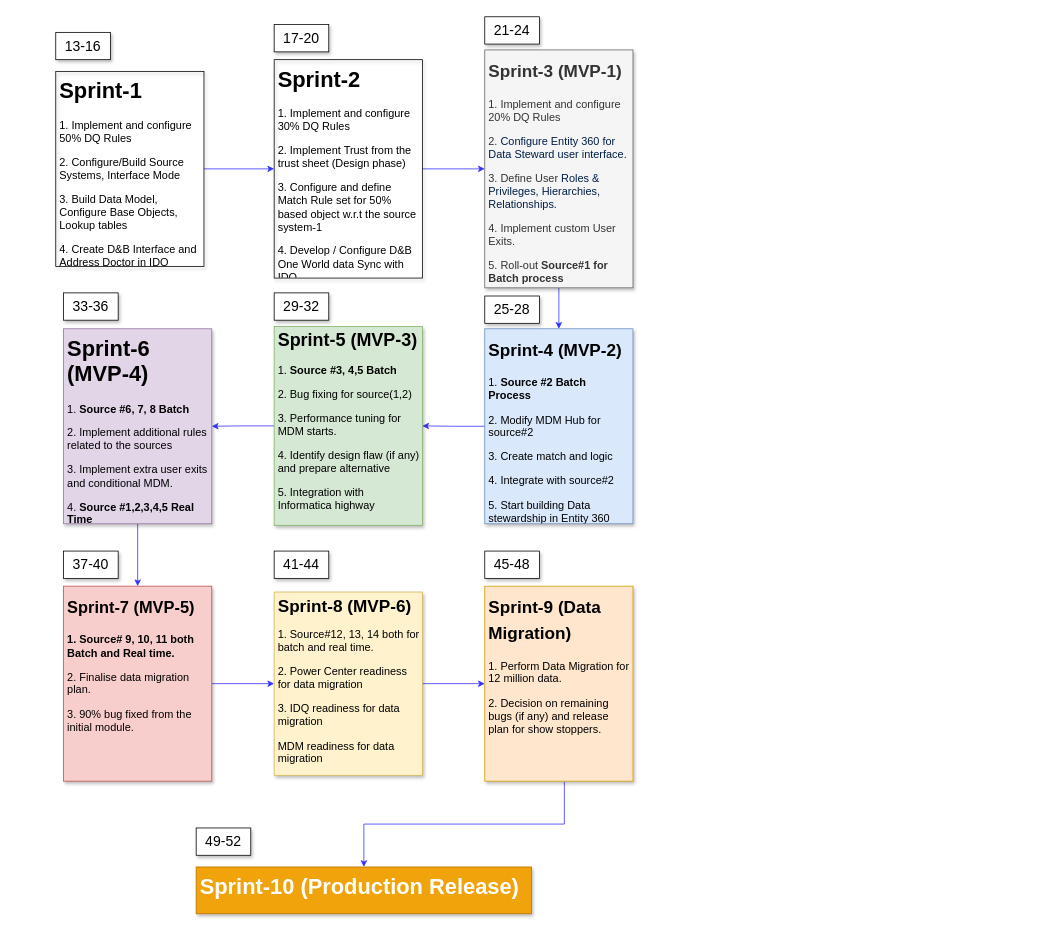
Above: page "Delivery plan" (3 of 4) of MDM Slution-VMWire.drawio in biswarup81/drawings (draw.io), before the change. Source tidied: cells renumbered, new cells numbered last; positions are measured from the earlier drawing's top-left corner, leaving out a move shared by most shapes. Both pictures are drawn from the tidied source at 78%, with x=0, y=0 at pixel (55, 16).
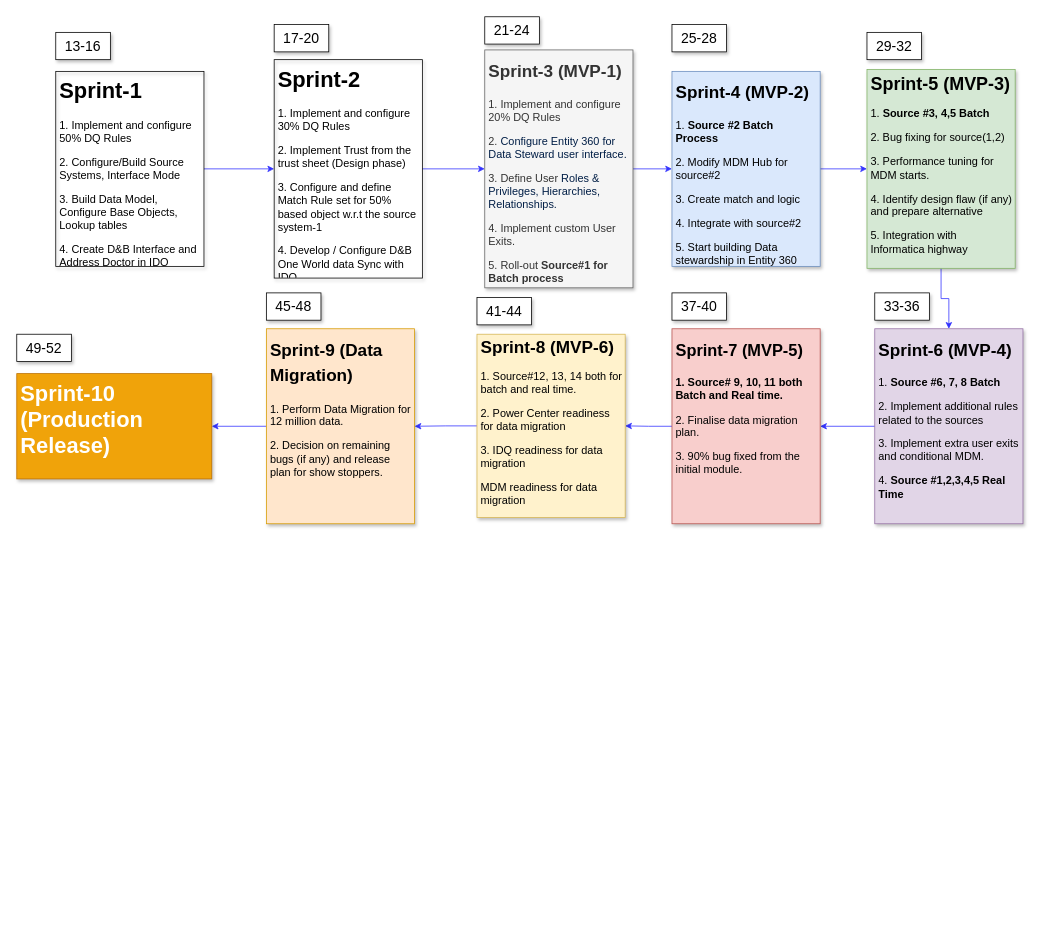
Above is the later version.

What changed in the source:
```diff
@@
     <mxCell id="9" value="&lt;h1&gt;&lt;font style=&quot;font-size: 22px&quot;&gt;Sprint-4 (MVP-2)&lt;/font&gt;&lt;/h1&gt;&lt;p&gt;1. &lt;b&gt;Source #2 Batch Process&lt;/b&gt;&lt;/p&gt;&lt;p&gt;2. Modify MDM Hub for source#2&amp;nbsp;&lt;/p&gt;&lt;p&gt;3. Create match and logic&lt;/p&gt;&lt;p&gt;4. Integrate with source#2&lt;/p&gt;&lt;p&gt;5. Start building Data stewardship in Entity 360&lt;/p&gt;" style="text;html=1;fillColor=#dae8fc;spacing=5;spacingTop=-20;whiteSpace=wrap;overflow=hidden;rounded=0;shadow=1;glass=0;sketch=0;fontSize=14;strokeColor=#6c8ebf;" parent="1" vertex="1">
-      <mxGeometry x="550" y="400" width="190" height="250" as="geometry" />
+      <mxGeometry x="790" y="70" width="190" height="250" as="geometry" />
     </mxCell>
@@
     <mxCell id="11" value="&lt;h1 style=&quot;font-size: 23px&quot;&gt;&lt;font style=&quot;font-size: 23px&quot;&gt;Sprint-5 (MVP-3)&lt;/font&gt;&lt;/h1&gt;&lt;p&gt;&lt;font style=&quot;font-size: 14px&quot;&gt;1. &lt;b&gt;Source #3, 4,5 Batch&lt;/b&gt;&lt;/font&gt;&lt;/p&gt;&lt;p&gt;2. Bug fixing for source(1,2)&lt;/p&gt;&lt;p&gt;3. Performance tuning for MDM starts.&lt;/p&gt;&lt;p&gt;4. Identify design flaw (if any) and prepare alternative &amp;nbsp;&lt;/p&gt;&lt;p&gt;5. Integration with Informatica highway&lt;/p&gt;" style="text;html=1;fillColor=#d5e8d4;spacing=5;spacingTop=-20;whiteSpace=wrap;overflow=hidden;rounded=0;shadow=1;glass=0;sketch=0;fontSize=14;strokeColor=#82b366;" parent="1" vertex="1">
-      <mxGeometry x="280" y="397" width="190" height="255" as="geometry" />
+      <mxGeometry x="1040" y="67.5" width="190" height="255" as="geometry" />
     </mxCell>
@@
-    <mxCell id="13" value="&lt;h1&gt;Sprint-6 (MVP-4)&lt;/h1&gt;&lt;p&gt;1. &lt;b&gt;Source #6, 7, 8 Batch&lt;/b&gt;&lt;/p&gt;&lt;p&gt;2. Implement additional rules related to the sources&lt;/p&gt;&lt;p&gt;3. Implement extra user exits and conditional MDM.&lt;/p&gt;&lt;p&gt;4. &lt;b&gt;Source #1,2,3,4,5 Real Time&lt;/b&gt;&lt;/p&gt;&lt;p&gt;&lt;br&gt;&lt;/p&gt;" style="text;html=1;fillColor=#e1d5e7;spacing=5;spacingTop=-20;whiteSpace=wrap;overflow=hidden;rounded=0;shadow=1;glass=0;sketch=0;fontSize=14;strokeColor=#9673a6;" parent="1" vertex="1">
-      <mxGeometry x="10" y="400" width="190" height="250" as="geometry" />
+    <mxCell id="13" value="&lt;h1&gt;&lt;font style=&quot;font-size: 22px&quot;&gt;Sprint-6 (MVP-4)&lt;/font&gt;&lt;/h1&gt;&lt;p&gt;1. &lt;b&gt;Source #6, 7, 8 Batch&lt;/b&gt;&lt;/p&gt;&lt;p&gt;2. Implement additional rules related to the sources&lt;/p&gt;&lt;p&gt;3. Implement extra user exits and conditional MDM.&lt;/p&gt;&lt;p&gt;4. &lt;b&gt;Source #1,2,3,4,5 Real Time&lt;/b&gt;&lt;/p&gt;&lt;p&gt;&lt;br&gt;&lt;/p&gt;" style="text;html=1;fillColor=#e1d5e7;spacing=5;spacingTop=-20;whiteSpace=wrap;overflow=hidden;rounded=0;shadow=1;glass=0;sketch=0;fontSize=14;strokeColor=#9673a6;" parent="1" vertex="1">
+      <mxGeometry x="1050" y="400" width="190" height="250" as="geometry" />
     </mxCell>
@@
     <mxCell id="15" value="&lt;h1&gt;&lt;font style=&quot;font-size: 21px&quot;&gt;Sprint-7 (MVP-5)&lt;/font&gt;&lt;/h1&gt;&lt;p&gt;&lt;b&gt;1. Source# 9, 10, 11 both Batch and Real time.&lt;/b&gt;&lt;/p&gt;&lt;p&gt;2. Finalise data migration plan.&lt;/p&gt;&lt;p&gt;3. 90% bug fixed from the initial module.&lt;/p&gt;&lt;p&gt;&lt;br&gt;&lt;/p&gt;" style="text;html=1;fillColor=#f8cecc;spacing=5;spacingTop=-20;whiteSpace=wrap;overflow=hidden;rounded=0;shadow=1;glass=0;sketch=0;fontSize=14;strokeColor=#b85450;" parent="1" vertex="1">
-      <mxGeometry x="10" y="730" width="190" height="250" as="geometry" />
+      <mxGeometry x="790" y="400" width="190" height="250" as="geometry" />
     </mxCell>
@@
     <mxCell id="17" value="&lt;h1 style=&quot;font-size: 22px&quot;&gt;&lt;font style=&quot;font-size: 22px&quot;&gt;Sprint-8 (MVP-6)&lt;/font&gt;&lt;/h1&gt;&lt;p&gt;&lt;font style=&quot;font-size: 14px&quot;&gt;1. Source#12, 13, 14 both for batch and real time.&lt;/font&gt;&lt;/p&gt;&lt;p&gt;2. Power Center readiness for data migration&lt;/p&gt;&lt;p&gt;3. IDQ readiness for data migration&lt;/p&gt;&lt;p&gt;MDM readiness for data migration&lt;/p&gt;&lt;p&gt;&lt;br&gt;&lt;/p&gt;" style="text;html=1;fillColor=#fff2cc;spacing=5;spacingTop=-20;whiteSpace=wrap;overflow=hidden;rounded=0;shadow=1;glass=0;sketch=0;fontSize=14;strokeColor=#d6b656;" parent="1" vertex="1">
-      <mxGeometry x="280" y="737.5" width="190" height="235" as="geometry" />
+      <mxGeometry x="540" y="407" width="190" height="235" as="geometry" />
     </mxCell>
-    <mxCell id="18" style="edgeStyle=orthogonalEdgeStyle;rounded=0;jettySize=auto;html=1;strokeColor=#3333FF;fontSize=14;exitX=0.537;exitY=1.004;exitDx=0;exitDy=0;exitPerimeter=0;" parent="1" edge="1" source="19" target="20">
+    <mxCell id="18" style="edgeStyle=orthogonalEdgeStyle;rounded=0;jettySize=auto;html=1;strokeColor=#3333FF;fontSize=14;" parent="1" edge="1" source="19" target="20">
       <mxGeometry relative="1" as="geometry" />
     </mxCell>
     <mxCell id="19" value="&lt;h1&gt;&lt;font style=&quot;font-size: 22px&quot;&gt;Sprint-9 (Data Migration)&lt;/font&gt;&lt;/h1&gt;&lt;p&gt;1. Perform Data Migration for 12 million data.&lt;/p&gt;&lt;p&gt;2. Decision on remaining bugs (if any) and release plan for show stoppers.&lt;/p&gt;&lt;p&gt;&lt;br&gt;&lt;/p&gt;" style="text;html=1;fillColor=#ffe6cc;spacing=5;spacingTop=-20;whiteSpace=wrap;overflow=hidden;rounded=0;shadow=1;glass=0;sketch=0;fontSize=14;strokeColor=#d79b00;" parent="1" vertex="1">
-      <mxGeometry x="550" y="730" width="190" height="250" as="geometry" />
+      <mxGeometry x="270" y="400" width="190" height="250" as="geometry" />
     </mxCell>
     <mxCell id="20" value="&lt;h1&gt;Sprint-10 (Production Release)&lt;/h1&gt;&lt;p&gt;&lt;br&gt;&lt;/p&gt;" style="text;html=1;fillColor=#f0a30a;spacing=5;spacingTop=-20;whiteSpace=wrap;overflow=hidden;rounded=0;shadow=1;glass=0;sketch=0;fontSize=14;strokeColor=#BD7000;fontColor=#ffffff;" parent="1" vertex="1">
-      <mxGeometry x="180" y="1090" width="430" height="60" as="geometry" />
+      <mxGeometry x="-50" y="457.5" width="250" height="135" as="geometry" />
     </mxCell>
@@
     <mxCell id="24" value="25-28" style="rounded=0;whiteSpace=wrap;html=1;shadow=1;glass=0;sketch=0;strokeColor=#000000;strokeWidth=1;fillColor=#ffffff;gradientColor=none;fontSize=18;" parent="1" vertex="1">
-      <mxGeometry x="550" y="358" width="70" height="35" as="geometry" />
+      <mxGeometry x="790" y="10" width="70" height="35" as="geometry" />
     </mxCell>
     <mxCell id="25" value="29-32" style="rounded=0;whiteSpace=wrap;html=1;shadow=1;glass=0;sketch=0;strokeColor=#000000;strokeWidth=1;fillColor=#ffffff;gradientColor=none;fontSize=18;" parent="1" vertex="1">
-      <mxGeometry x="280" y="354" width="70" height="35" as="geometry" />
+      <mxGeometry x="1040" y="20" width="70" height="35" as="geometry" />
     </mxCell>
     <mxCell id="26" value="33-36" style="rounded=0;whiteSpace=wrap;html=1;shadow=1;glass=0;sketch=0;strokeColor=#000000;strokeWidth=1;fillColor=#ffffff;gradientColor=none;fontSize=18;" parent="1" vertex="1">
-      <mxGeometry x="10" y="354" width="70" height="35" as="geometry" />
+      <mxGeometry x="1050" y="354" width="70" height="35" as="geometry" />
     </mxCell>
     <mxCell id="27" value="37-40" style="rounded=0;whiteSpace=wrap;html=1;shadow=1;glass=0;sketch=0;strokeColor=#000000;strokeWidth=1;fillColor=#ffffff;gradientColor=none;fontSize=18;" parent="1" vertex="1">
-      <mxGeometry x="10" y="685" width="70" height="35" as="geometry" />
+      <mxGeometry x="790" y="354" width="70" height="35" as="geometry" />
     </mxCell>
     <mxCell id="28" value="41-44" style="rounded=0;whiteSpace=wrap;html=1;shadow=1;glass=0;sketch=0;strokeColor=#000000;strokeWidth=1;fillColor=#ffffff;gradientColor=none;fontSize=18;" parent="1" vertex="1">
-      <mxGeometry x="280" y="685" width="70" height="35" as="geometry" />
+      <mxGeometry x="540" y="360" width="70" height="35" as="geometry" />
     </mxCell>
     <mxCell id="29" value="45-48" style="rounded=0;whiteSpace=wrap;html=1;shadow=1;glass=0;sketch=0;strokeColor=#000000;strokeWidth=1;fillColor=#ffffff;gradientColor=none;fontSize=18;" parent="1" vertex="1">
-      <mxGeometry x="550" y="685" width="70" height="35" as="geometry" />
+      <mxGeometry x="270" y="354" width="70" height="35" as="geometry" />
     </mxCell>
-    <mxCell id="30" value="49-52" style="rounded=0;whiteSpace=wrap;html=1;shadow=1;glass=0;sketch=0;strokeColor=#000000;strokeWidth=1;fillColor=#ffffff;gradientColor=none;fontSize=18;" parent="1" vertex="1">
-      <mxGeometry x="180" y="1040" width="70" height="35" as="geometry" />
+    <mxCell id="30" value="49-52" style="rounded=0;whiteSpace=wrap;html=1;shadow=1;glass=0;sketch=0;strokeColor=#000000;strokeWidth=1;fillColor=#ffffff;gradientColor=none;fontSize=18;labelBackgroundColor=#ffffff;" parent="1" vertex="1">
+      <mxGeometry x="-50" y="407" width="70" height="35" as="geometry" />
     </mxCell>
```
